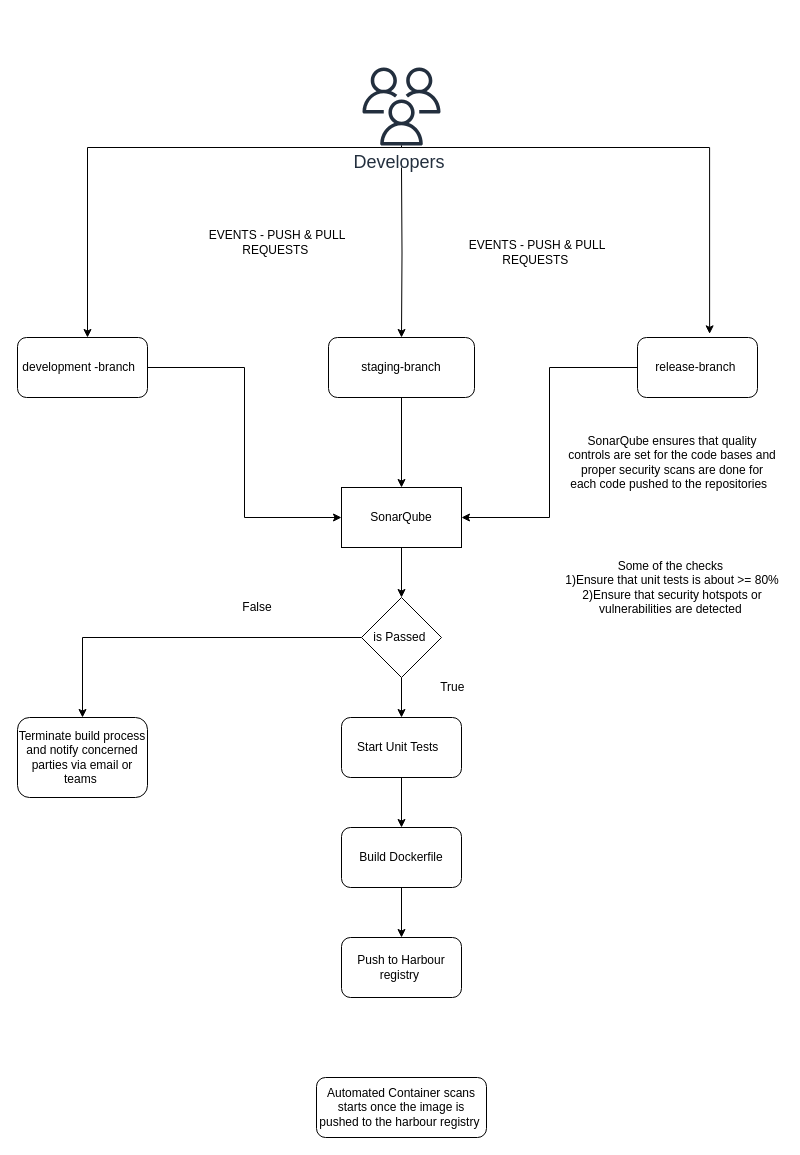
Above: icurity.drawio in tyger-rareatom/consulting-architectures (draw.io), before the change. Source tidied: cells renumbered, new cells numbered last; positions are measured from the earlier drawing's top-left corner, leaving out a move shared by most shapes. Both pictures are drawn from the tidied source at 100%, with x=0, y=0 at pixel (17, 67).
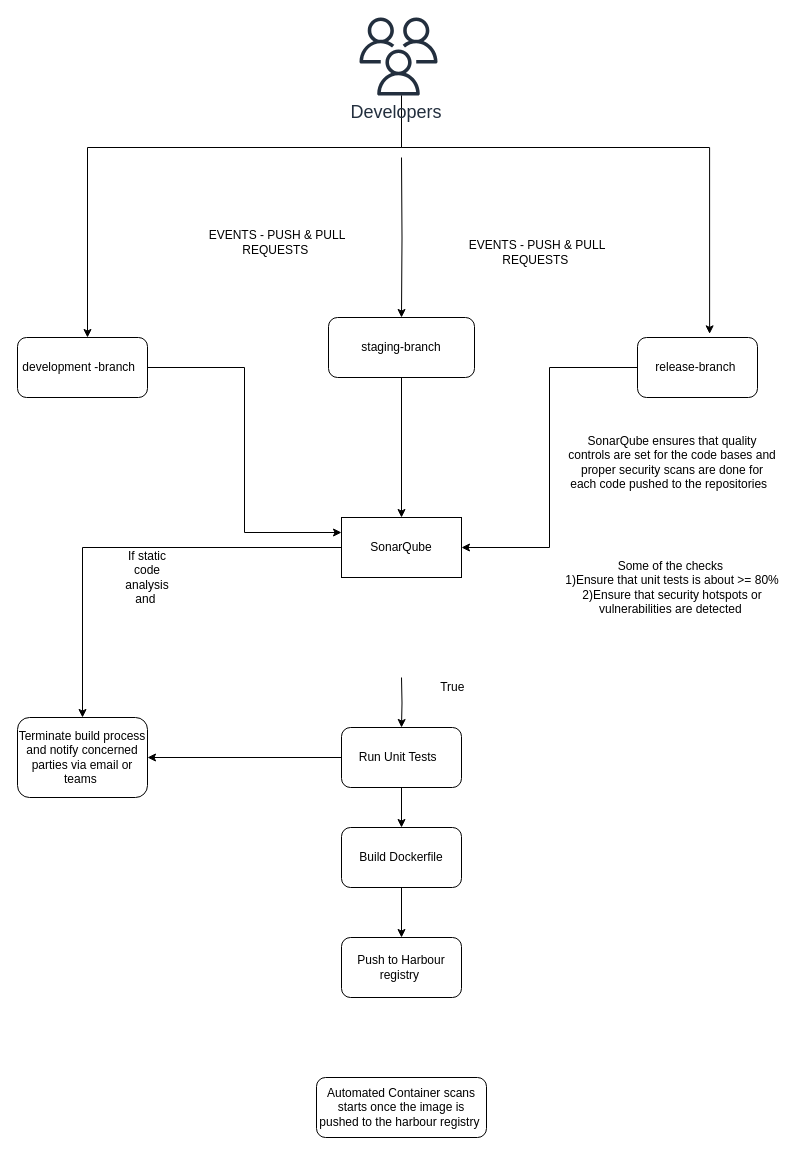
After the change.

Commit message:
static code analysis checks

Unchanged cells that the change refers to:
```xml
<mxCell id="10" value="development -branch&amp;nbsp;&amp;nbsp;" style="rounded=1;whiteSpace=wrap;html=1;" parent="1" vertex="1">
  <mxGeometry y="270" width="130" height="60" as="geometry" />
</mxCell>
<mxCell id="24" value="Terminate build process and notify concerned parties via email or teams&amp;nbsp;" style="rounded=1;whiteSpace=wrap;html=1;" parent="1" vertex="1">
  <mxGeometry y="650" width="130" height="80" as="geometry" />
</mxCell>
```

The edit, as a diff of the source:
```diff
@@
     <mxCell id="3" value="staging-branch" style="rounded=1;whiteSpace=wrap;html=1;" parent="1" vertex="1">
-      <mxGeometry x="311" y="270" width="146" height="60" as="geometry" />
+      <mxGeometry x="311" y="250" width="146" height="60" as="geometry" />
     </mxCell>
     <mxCell id="4" style="edgeStyle=orthogonalEdgeStyle;rounded=0;jettySize=auto;html=1;" parent="1" edge="1" target="3">
       <mxGeometry relative="1" as="geometry">
-        <mxPoint x="384" y="100" as="sourcePoint" />
+        <mxPoint x="384" y="90" as="sourcePoint" />
       </mxGeometry>
     </mxCell>
@@
     <mxCell id="7" value="&lt;font style=&quot;font-size: 18px&quot;&gt;Developers&amp;nbsp;&lt;/font&gt;" style="outlineConnect=0;fontColor=#232F3E;gradientColor=none;fillColor=#232F3E;strokeColor=none;dashed=0;verticalLabelPosition=bottom;verticalAlign=top;align=center;html=1;fontSize=12;fontStyle=0;shape=mxgraph.aws4.users;" parent="1" vertex="1">
-      <mxGeometry x="345" width="78" height="78" as="geometry" />
+      <mxGeometry x="342" y="-50" width="78" height="78" as="geometry" />
     </mxCell>
@@
-    <mxCell id="9" style="edgeStyle=orthogonalEdgeStyle;rounded=0;jettySize=auto;html=1;entryX=0;entryY=0.5;entryDx=0;entryDy=0;" parent="1" edge="1" source="10" target="15">
+    <mxCell id="9" style="edgeStyle=orthogonalEdgeStyle;rounded=0;jettySize=auto;html=1;entryX=0;entryY=0.25;entryDx=0;entryDy=0;" parent="1" edge="1" source="10" target="15">
       <mxGeometry relative="1" as="geometry" />
     </mxCell>
@@
-    <mxCell id="14" style="edgeStyle=orthogonalEdgeStyle;rounded=0;jettySize=auto;html=1;entryX=0.5;entryY=0;entryDx=0;entryDy=0;" parent="1" edge="1" source="15" target="19">
-      <mxGeometry relative="1" as="geometry" />
-    </mxCell>
+    <mxCell id="30" style="edgeStyle=orthogonalEdgeStyle;rounded=0;jettySize=auto;html=1;entryX=0.5;entryY=0;entryDx=0;entryDy=0;" parent="1" edge="1" source="15" target="24">
+      <mxGeometry relative="1" as="geometry" />
+    </mxCell>
     <mxCell id="15" value="SonarQube" style="rounded=0;whiteSpace=wrap;html=1;" parent="1" vertex="1">
-      <mxGeometry x="324" y="420" width="120" height="60" as="geometry" />
+      <mxGeometry x="324" y="450" width="120" height="60" as="geometry" />
     </mxCell>
@@
-    <mxCell id="17" style="edgeStyle=orthogonalEdgeStyle;rounded=0;jettySize=auto;html=1;entryX=0.5;entryY=0;entryDx=0;entryDy=0;" parent="1" edge="1" source="19" target="22">
-      <mxGeometry relative="1" as="geometry" />
+    <mxCell id="17" style="edgeStyle=orthogonalEdgeStyle;rounded=0;jettySize=auto;html=1;entryX=0.5;entryY=0;entryDx=0;entryDy=0;" parent="1" edge="1" target="22">
+      <mxGeometry relative="1" as="geometry">
+        <mxPoint x="384" y="610" as="sourcePoint" />
+      </mxGeometry>
     </mxCell>
-    <mxCell id="18" style="edgeStyle=orthogonalEdgeStyle;rounded=0;jettySize=auto;html=1;" parent="1" edge="1" source="19" target="24">
-      <mxGeometry relative="1" as="geometry" />
-    </mxCell>
-    <mxCell id="19" value="is Passed&amp;nbsp;" style="rhombus;whiteSpace=wrap;html=1;" parent="1" vertex="1">
-      <mxGeometry x="344" y="530" width="80" height="80" as="geometry" />
-    </mxCell>
@@
+    <mxCell id="31" style="edgeStyle=orthogonalEdgeStyle;rounded=0;jettySize=auto;html=1;entryX=1;entryY=0.5;entryDx=0;entryDy=0;" parent="1" edge="1" source="22" target="24">
+      <mxGeometry relative="1" as="geometry" />
+    </mxCell>
-    <mxCell id="22" value="Start Unit Tests&amp;nbsp;&amp;nbsp;" style="rounded=1;whiteSpace=wrap;html=1;" parent="1" vertex="1">
-      <mxGeometry x="324" y="650" width="120" height="60" as="geometry" />
+    <mxCell id="22" value="Run Unit Tests&amp;nbsp;&amp;nbsp;" style="rounded=1;whiteSpace=wrap;html=1;" parent="1" vertex="1">
+      <mxGeometry x="324" y="660" width="120" height="60" as="geometry" />
     </mxCell>
@@
-    <mxCell id="25" value="False" style="text;html=1;strokeColor=none;fillColor=none;align=center;verticalAlign=middle;whiteSpace=wrap;rounded=0;" parent="1" vertex="1">
-      <mxGeometry x="220" y="530" width="40" height="20" as="geometry" />
+    <mxCell id="25" value="If static code analysis and&amp;nbsp;" style="text;html=1;strokeColor=none;fillColor=none;align=center;verticalAlign=middle;whiteSpace=wrap;rounded=0;" parent="1" vertex="1">
+      <mxGeometry x="110" y="500" width="40" height="20" as="geometry" />
     </mxCell>
```
